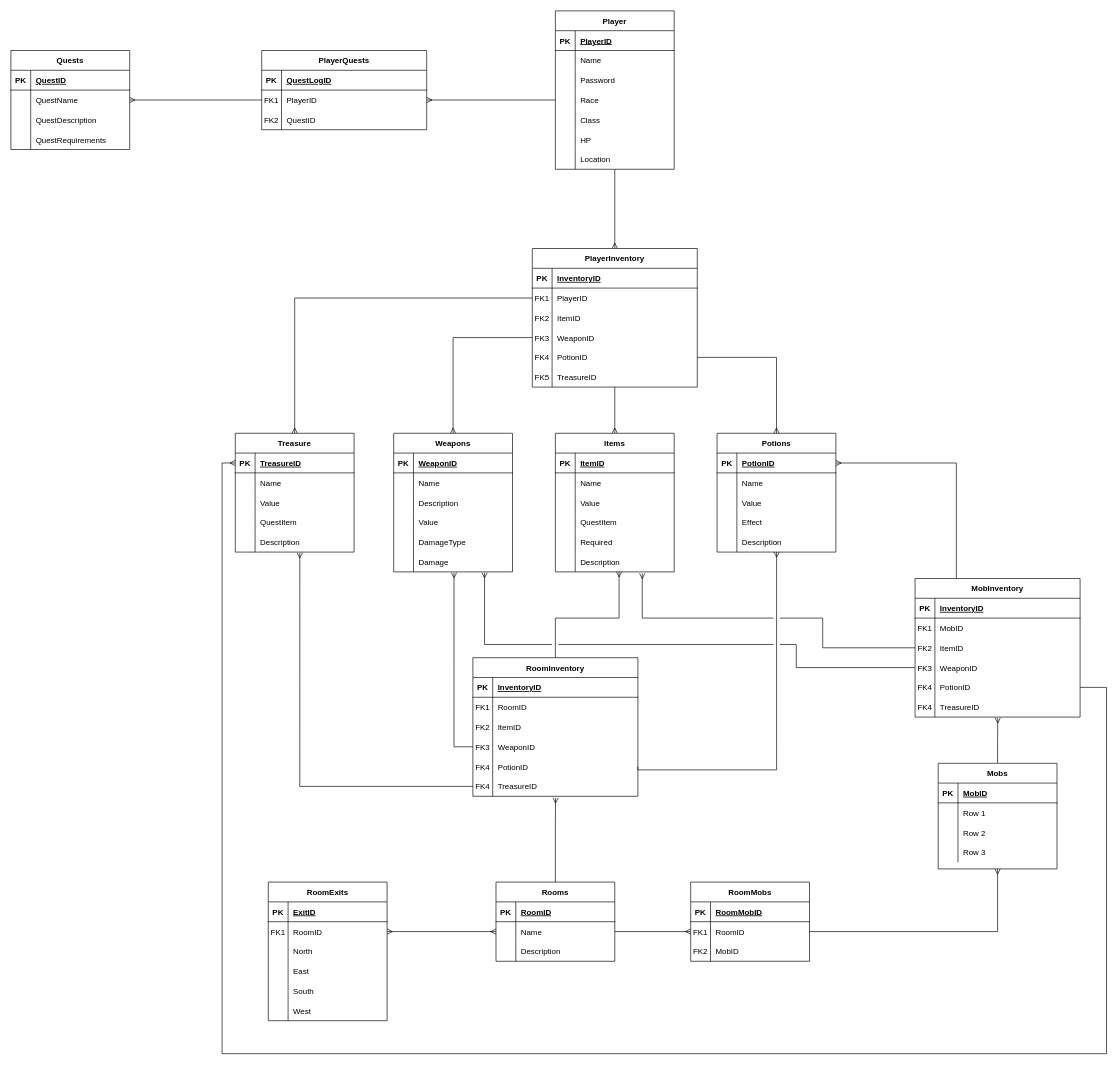
Above: Sprint2.drawio in TaylorBrown96/Ring_Wars (draw.io), before the change. Source tidied: cells renumbered, new cells numbered last; positions are measured from the earlier drawing's top-left corner, leaving out a move shared by most shapes. Both pictures are drawn from the tidied source at 66%, with x=0, y=0 at pixel (11, 11).
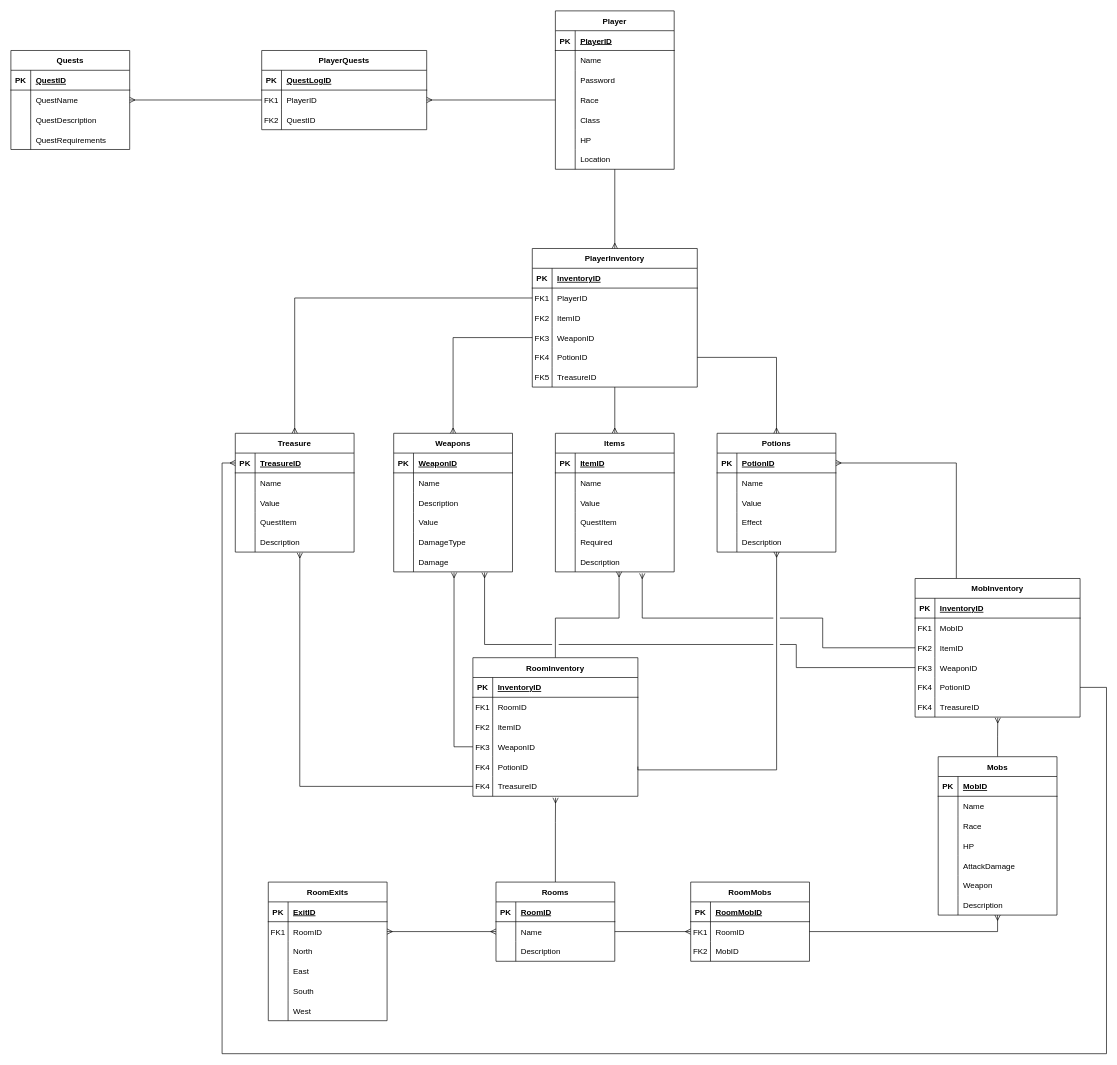
The same diagram, later.

The change refers to these unchanged cells:
```xml
<mxCell id="214" style="shape=tableRow;horizontal=0;startSize=0;swimlaneHead=0;swimlaneBody=0;fillColor=none;top=0;left=0;right=0;bottom=0;" parent="210" vertex="1">
  <mxGeometry y="60" width="180" height="30" as="geometry" />
</mxCell>
<mxCell id="217" style="shape=tableRow;horizontal=0;startSize=0;swimlaneHead=0;swimlaneBody=0;fillColor=none;top=0;left=0;right=0;bottom=0;" parent="210" vertex="1">
  <mxGeometry y="90" width="180" height="30" as="geometry" />
</mxCell>
<mxCell id="220" style="shape=tableRow;horizontal=0;startSize=0;swimlaneHead=0;swimlaneBody=0;fillColor=none;top=0;left=0;right=0;bottom=0;" parent="210" vertex="1">
  <mxGeometry y="120" width="180" height="30" as="geometry" />
</mxCell>
```

What changed in the source:
```diff
@@
     <mxCell id="210" value="Mobs" style="shape=table;startSize=30;childLayout=tableLayout;rowLines=0;fontStyle=1;align=center;" parent="1" vertex="1">
-      <mxGeometry x="1405" y="1140" width="180" height="160" as="geometry" />
+      <mxGeometry x="1405" y="1130" width="180" height="240" as="geometry" />
     </mxCell>
@@
-    <mxCell id="216" value="Row 1" style="shape=partialRectangle;fillColor=none;top=0;left=0;bottom=0;right=0;align=left;spacingLeft=6;overflow=hidden;" parent="214" vertex="1">
+    <mxCell id="216" value="Name" style="shape=partialRectangle;fillColor=none;top=0;left=0;bottom=0;right=0;align=left;spacingLeft=6;overflow=hidden;" parent="214" vertex="1">
       <mxGeometry x="30" width="150" height="30" as="geometry" />
     </mxCell>
@@
-    <mxCell id="219" value="Row 2" style="shape=partialRectangle;fillColor=none;top=0;left=0;bottom=0;right=0;align=left;spacingLeft=6;overflow=hidden;" parent="217" vertex="1">
+    <mxCell id="219" value="Race" style="shape=partialRectangle;fillColor=none;top=0;left=0;bottom=0;right=0;align=left;spacingLeft=6;overflow=hidden;" parent="217" vertex="1">
       <mxGeometry x="30" width="150" height="30" as="geometry" />
     </mxCell>
@@
-    <mxCell id="222" value="Row 3" style="shape=partialRectangle;fillColor=none;top=0;left=0;bottom=0;right=0;align=left;spacingLeft=6;overflow=hidden;" parent="220" vertex="1">
+    <mxCell id="222" value="HP" style="shape=partialRectangle;fillColor=none;top=0;left=0;bottom=0;right=0;align=left;spacingLeft=6;overflow=hidden;" parent="220" vertex="1">
       <mxGeometry x="30" width="150" height="30" as="geometry" />
     </mxCell>
+    <mxCell id="247" style="shape=tableRow;horizontal=0;startSize=0;swimlaneHead=0;swimlaneBody=0;fillColor=none;top=0;left=0;right=0;bottom=0;" parent="210" vertex="1">
+      <mxGeometry y="150" width="180" height="30" as="geometry" />
+    </mxCell>
+    <mxCell id="248" style="shape=partialRectangle;fillColor=none;top=0;left=0;bottom=0;right=0;overflow=hidden;" parent="247" vertex="1">
+      <mxGeometry width="30" height="30" as="geometry" />
+    </mxCell>
+    <mxCell id="249" value="AttackDamage" style="shape=partialRectangle;fillColor=none;top=0;left=0;bottom=0;right=0;align=left;spacingLeft=6;overflow=hidden;" parent="247" vertex="1">
+      <mxGeometry x="30" width="150" height="30" as="geometry" />
+    </mxCell>
+    <mxCell id="250" style="shape=tableRow;horizontal=0;startSize=0;swimlaneHead=0;swimlaneBody=0;fillColor=none;top=0;left=0;right=0;bottom=0;" parent="210" vertex="1">
+      <mxGeometry y="180" width="180" height="30" as="geometry" />
+    </mxCell>
+    <mxCell id="251" style="shape=partialRectangle;fillColor=none;top=0;left=0;bottom=0;right=0;overflow=hidden;" parent="250" vertex="1">
+      <mxGeometry width="30" height="30" as="geometry" />
+    </mxCell>
+    <mxCell id="252" value="Weapon" style="shape=partialRectangle;fillColor=none;top=0;left=0;bottom=0;right=0;align=left;spacingLeft=6;overflow=hidden;" parent="250" vertex="1">
+      <mxGeometry x="30" width="150" height="30" as="geometry" />
+    </mxCell>
+    <mxCell id="253" style="shape=tableRow;horizontal=0;startSize=0;swimlaneHead=0;swimlaneBody=0;fillColor=none;top=0;left=0;right=0;bottom=0;" parent="210" vertex="1">
+      <mxGeometry y="210" width="180" height="30" as="geometry" />
+    </mxCell>
+    <mxCell id="254" style="shape=partialRectangle;fillColor=none;top=0;left=0;bottom=0;right=0;overflow=hidden;" parent="253" vertex="1">
+      <mxGeometry width="30" height="30" as="geometry" />
+    </mxCell>
+    <mxCell id="255" value="Description" style="shape=partialRectangle;fillColor=none;top=0;left=0;bottom=0;right=0;align=left;spacingLeft=6;overflow=hidden;" parent="253" vertex="1">
+      <mxGeometry x="30" width="150" height="30" as="geometry" />
+    </mxCell>
```
